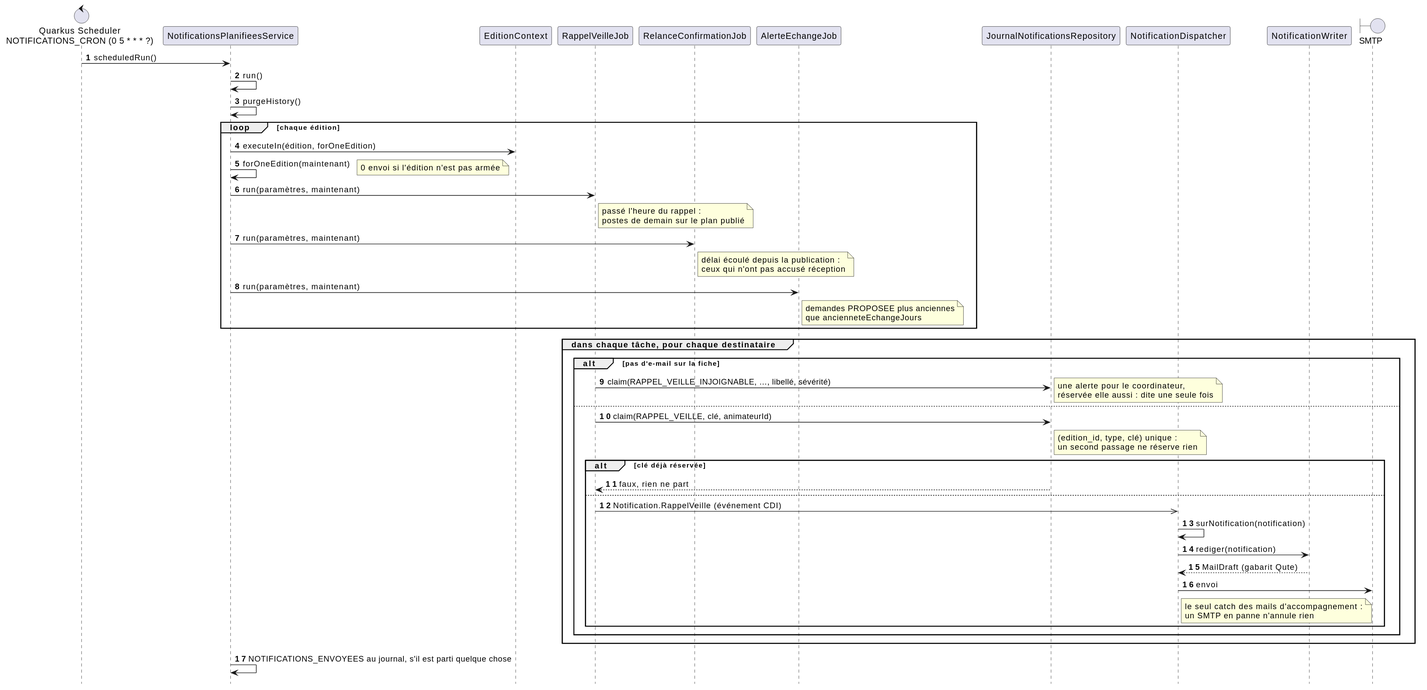
The PlantUML diagram docs/diagrammes/notifications-planifiees.svg in sylvainmetayer/planning-equipes, before a commit. Source of this version:
```plantuml
@startuml
skinparam backgroundColor #FFFFFF
skinparam responseMessageBelowArrow true
hide footbox
autonumber

control "Quarkus Scheduler\nNOTIFICATIONS_CRON (0 5 * * * ?)" as cron
participant NotificationsPlanifieesService as service
participant EditionContext as contexte
participant RappelVeilleJob as veille
participant RelanceConfirmationJob as relance
participant AlerteEchangeJob as alerte
participant JournalNotificationsRepository as journal
participant NotificationDispatcher as dispatcher
participant NotificationWriter as redacteur
boundary "SMTP" as smtp

cron -> service : scheduledRun()
service -> service : run()
service -> service : purgeHistory()
loop chaque édition
  service -> contexte : executeIn(édition, forOneEdition)
  service -> service : forOneEdition(maintenant)
  note right : 0 envoi si l'édition n'est pas armée
  service -> veille : run(paramètres, maintenant)
  note right of veille : passé l'heure du rappel :\npostes de demain sur le plan publié
  service -> relance : run(paramètres, maintenant)
  note right of relance : délai écoulé depuis la publication :\nceux qui n'ont pas accusé réception
  service -> alerte : run(paramètres, maintenant)
  note right of alerte : demandes PROPOSEE plus anciennes\nque ancienneteEchangeJours
end

group dans chaque tâche, pour chaque destinataire
  alt pas d'e-mail sur la fiche
    veille -> journal : claim(RAPPEL_VEILLE_INJOIGNABLE, …, libellé, sévérité)
    note right : une alerte pour le coordinateur,\nréservée elle aussi : dite une seule fois
  else
    veille -> journal : claim(RAPPEL_VEILLE, clé, animateurId)
    note right of journal : (edition_id, type, clé) unique :\nun second passage ne réserve rien
    alt clé déjà réservée
      journal --> veille : faux, rien ne part
    else
      veille ->> dispatcher : Notification.RappelVeille (événement CDI)
      dispatcher -> dispatcher : surNotification(notification)
      dispatcher -> redacteur : rediger(notification)
      redacteur --> dispatcher : MailDraft (gabarit Qute)
      dispatcher -> smtp : envoi
      note right of dispatcher : le seul catch des mails d'accompagnement :\nun SMTP en panne n'annule rien
    end
  end
end
service -> service : NOTIFICATIONS_ENVOYEES au journal, s'il est parti quelque chose
@enduml
```
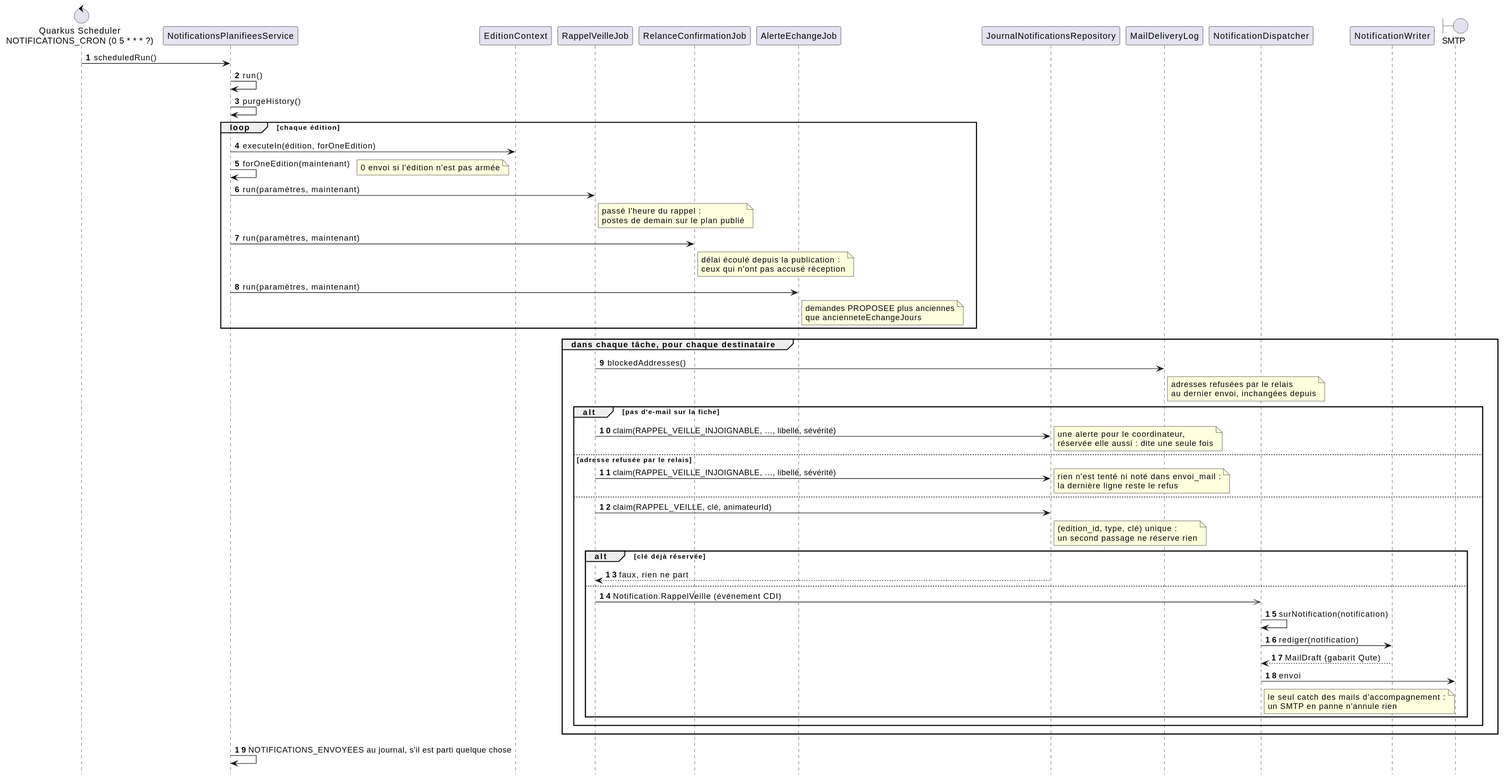
After the commit.

What changed in the source:
```diff
@@ -11,6 +11,7 @@
 participant RelanceConfirmationJob as relance
 participant AlerteEchangeJob as alerte
 participant JournalNotificationsRepository as journal
+participant MailDeliveryLog as envois
 participant NotificationDispatcher as dispatcher
 participant NotificationWriter as redacteur
 boundary "SMTP" as smtp
@@ -31,9 +32,14 @@
 end
 
 group dans chaque tâche, pour chaque destinataire
+  veille -> envois : blockedAddresses()
+  note right of envois : adresses refusées par le relais\nau dernier envoi, inchangées depuis
   alt pas d'e-mail sur la fiche
     veille -> journal : claim(RAPPEL_VEILLE_INJOIGNABLE, …, libellé, sévérité)
     note right : une alerte pour le coordinateur,\nréservée elle aussi : dite une seule fois
+  else adresse refusée par le relais
+    veille -> journal : claim(RAPPEL_VEILLE_INJOIGNABLE, …, libellé, sévérité)
+    note right : rien n'est tenté ni noté dans envoi_mail :\nla dernière ligne reste le refus
   else
     veille -> journal : claim(RAPPEL_VEILLE, clé, animateurId)
     note right of journal : (edition_id, type, clé) unique :\nun second passage ne réserve rien
```
